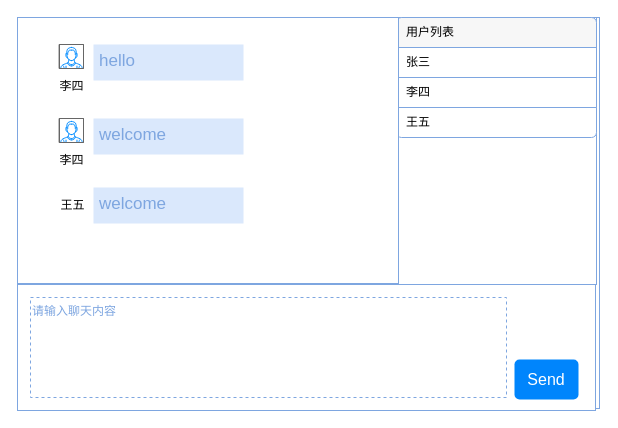
This is page "Page-2" (2 of 2) of ChatRoom.drawio from waterwatermelon/graph, a draw.io file, before an edit. Source tidied: cells renumbered, new cells numbered last; positions are measured from the earlier drawing's top-left corner, leaving out a move shared by most shapes. Both pictures are drawn from the tidied source at 100%, with x=0, y=0 at pixel (17, 17).
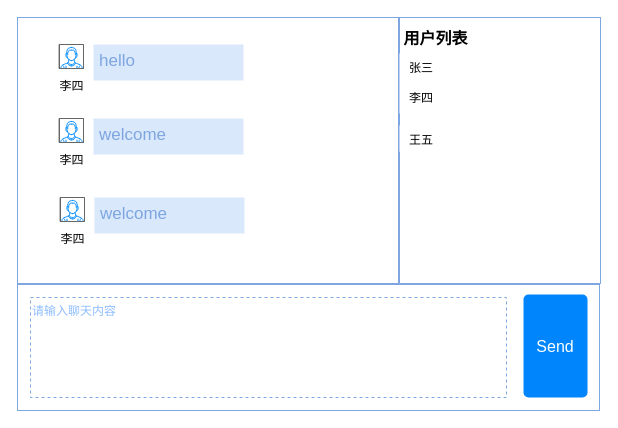
After the change.

The edit, as a diff of the source:
```diff
@@
-    <mxCell id="3" style="html=1;shadow=0;dashed=0;shape=mxgraph.bootstrap.rrect;rSize=0;strokeColor=#7EA6E0;html=1;whiteSpace=wrap;fillColor=#FFFFFF;fontColor=#000000;" parent="1" vertex="1">
-      <mxGeometry x="379" width="200" height="267" as="geometry" />
+    <mxCell id="3" style="html=1;shadow=0;dashed=0;shape=mxgraph.bootstrap.rrect;rSize=0;strokeColor=none;html=1;whiteSpace=wrap;fillColor=#FFFFFF;fontColor=#000000;" parent="1" vertex="1">
+      <mxGeometry x="382" y="36" width="201" height="230" as="geometry" />
     </mxCell>
-    <mxCell id="4" value="用户列表" style="html=1;shadow=0;dashed=0;shape=mxgraph.bootstrap.topButton;strokeColor=inherit;fillColor=#F7F7F7;rSize=5;perimeter=none;whiteSpace=wrap;align=left;spacing=10;" parent="3" vertex="1">
-      <mxGeometry width="200" height="30" relative="1" as="geometry" />
-    </mxCell>
+    <mxCell id="21" style="rounded=0;whiteSpace=wrap;html=1;sketch=0;strokeColor=#7EA6E0;fontSize=16;" parent="3" vertex="1">
+      <mxGeometry y="-36" width="201" height="266" as="geometry" />
+    </mxCell>
-    <mxCell id="5" value="张三" style="strokeColor=inherit;fillColor=inherit;gradientColor=inherit;fontColor=inherit;html=1;shadow=0;dashed=0;perimeter=none;whiteSpace=wrap;align=left;spacing=10;" parent="3" vertex="1">
-      <mxGeometry width="200" height="30" relative="1" as="geometry">
-        <mxPoint y="30" as="offset" />
-      </mxGeometry>
+    <mxCell id="5" value="张三" style="strokeColor=inherit;fillColor=inherit;gradientColor=inherit;fontColor=inherit;html=1;shadow=0;dashed=0;perimeter=none;whiteSpace=wrap;align=left;spacing=10;sketch=0;" parent="3" vertex="1">
+      <mxGeometry width="197" height="30" relative="1" as="geometry" />
     </mxCell>
-    <mxCell id="6" value="李四" style="strokeColor=inherit;fillColor=inherit;gradientColor=inherit;fontColor=inherit;html=1;shadow=0;dashed=0;perimeter=none;whiteSpace=wrap;align=left;spacing=10;" parent="3" vertex="1">
-      <mxGeometry width="200" height="30" relative="1" as="geometry">
-        <mxPoint y="60" as="offset" />
+    <mxCell id="6" value="李四" style="strokeColor=inherit;fillColor=inherit;gradientColor=inherit;fontColor=inherit;html=1;shadow=0;dashed=0;perimeter=none;whiteSpace=wrap;align=left;spacing=10;sketch=0;" parent="3" vertex="1">
+      <mxGeometry width="197" height="30" relative="1" as="geometry">
+        <mxPoint y="30" as="offset" />
       </mxGeometry>
     </mxCell>
-    <mxCell id="7" value="王五" style="strokeColor=inherit;fillColor=inherit;gradientColor=inherit;fontColor=inherit;html=1;shadow=0;dashed=0;shape=mxgraph.bootstrap.bottomButton;rSize=5;perimeter=none;whiteSpace=wrap;align=left;spacing=10;" parent="3" vertex="1">
-      <mxGeometry y="1" width="200" height="30" relative="1" as="geometry">
-        <mxPoint y="-177" as="offset" />
+    <mxCell id="7" value="王五" style="strokeColor=inherit;fillColor=inherit;gradientColor=inherit;fontColor=inherit;html=1;shadow=0;dashed=0;shape=mxgraph.bootstrap.bottomButton;rSize=5;perimeter=none;whiteSpace=wrap;align=left;spacing=10;sketch=0;" parent="3" vertex="1">
+      <mxGeometry y="1" width="197" height="30" relative="1" as="geometry">
+        <mxPoint y="-158" as="offset" />
       </mxGeometry>
     </mxCell>
     <mxCell id="8" style="rounded=0;whiteSpace=wrap;html=1;fontSize=16;strokeColor=#7EA6E0;" parent="1" vertex="1">
-      <mxGeometry y="267" width="578" height="126" as="geometry" />
+      <mxGeometry y="267" width="582" height="126" as="geometry" />
     </mxCell>
@@
-    <mxCell id="16" style="group;" parent="1" vertex="1">
-      <mxGeometry x="35" y="170" width="191" height="36" as="geometry" />
-    </mxCell>
-    <mxCell id="17" value="王五" style="text;html=1;strokeColor=none;fillColor=none;align=center;verticalAlign=middle;whiteSpace=wrap;rounded=0;fontSize=12;" parent="16" vertex="1">
-      <mxGeometry y="3" width="41" height="30" as="geometry" />
-    </mxCell>
-    <mxCell id="18" value="welcome" style="strokeWidth=1;shadow=0;dashed=0;align=center;html=1;shape=mxgraph.mockup.text.textBox;align=left;fontSize=17;spacingLeft=4;spacingTop=-3;strokeColor=none;mainText=;fillColor=#dae8fc;fontColor=#7EA6E0;" parent="16" vertex="1">
-      <mxGeometry x="41" width="150" height="36" as="geometry" />
-    </mxCell>
     <mxCell id="19" value="Send" style="html=1;shadow=0;dashed=0;shape=mxgraph.bootstrap.rrect;rSize=5;strokeColor=none;strokeWidth=1;fillColor=#0085FC;fontColor=#FFFFFF;whiteSpace=wrap;align=center;verticalAlign=middle;spacingLeft=0;fontStyle=0;fontSize=16;spacing=5;" parent="1" vertex="1">
-      <mxGeometry x="497" y="342" width="64" height="40" as="geometry" />
+      <mxGeometry x="506" y="277" width="64" height="103" as="geometry" />
     </mxCell>
-    <mxCell id="20" value="请输入聊天内容" style="text;html=1;strokeColor=#7EA6E0;fillColor=none;align=left;verticalAlign=top;whiteSpace=wrap;rounded=0;fontColor=#7EA6E0;dashed=1;" parent="1" vertex="1">
+    <mxCell id="20" value="&lt;font color=&quot;#8fbdff&quot;&gt;请输入聊天内容&lt;/font&gt;" style="text;html=1;strokeColor=#7EA6E0;fillColor=none;align=left;verticalAlign=top;whiteSpace=wrap;rounded=0;fontColor=#7EA6E0;dashed=1;" parent="1" vertex="1">
       <mxGeometry x="13" y="280" width="476" height="100" as="geometry" />
     </mxCell>
+    <mxCell id="4" value="&lt;span style=&quot;font-size: 16px;&quot;&gt;&lt;b&gt;用户列表&lt;/b&gt;&lt;/span&gt;" style="text;html=1;strokeColor=none;fillColor=none;align=center;verticalAlign=middle;whiteSpace=wrap;rounded=0;" parent="1" vertex="1">
+      <mxGeometry x="381" y="6" width="75" height="30" as="geometry" />
+    </mxCell>
+    <mxCell id="22" style="group;" parent="1" vertex="1">
+      <mxGeometry x="43" y="180" width="184" height="36" as="geometry" />
+    </mxCell>
+    <mxCell id="23" value="&lt;font style=&quot;font-size: 12px;&quot;&gt;李四&lt;/font&gt;" style="verticalLabelPosition=bottom;shadow=0;dashed=0;align=center;html=1;verticalAlign=top;strokeWidth=1;shape=mxgraph.mockup.containers.userMale;strokeColor=#666666;strokeColor2=#008cff;fontSize=16;" parent="22" vertex="1">
+      <mxGeometry width="24" height="24" as="geometry" />
+    </mxCell>
+    <mxCell id="18" value="welcome" style="strokeWidth=1;shadow=0;dashed=0;align=center;html=1;shape=mxgraph.mockup.text.textBox;align=left;fontSize=17;spacingLeft=4;spacingTop=-3;strokeColor=none;mainText=;fillColor=#dae8fc;fontColor=#7EA6E0;" parent="22" vertex="1">
+      <mxGeometry x="34" width="150" height="36" as="geometry" />
+    </mxCell>
```
